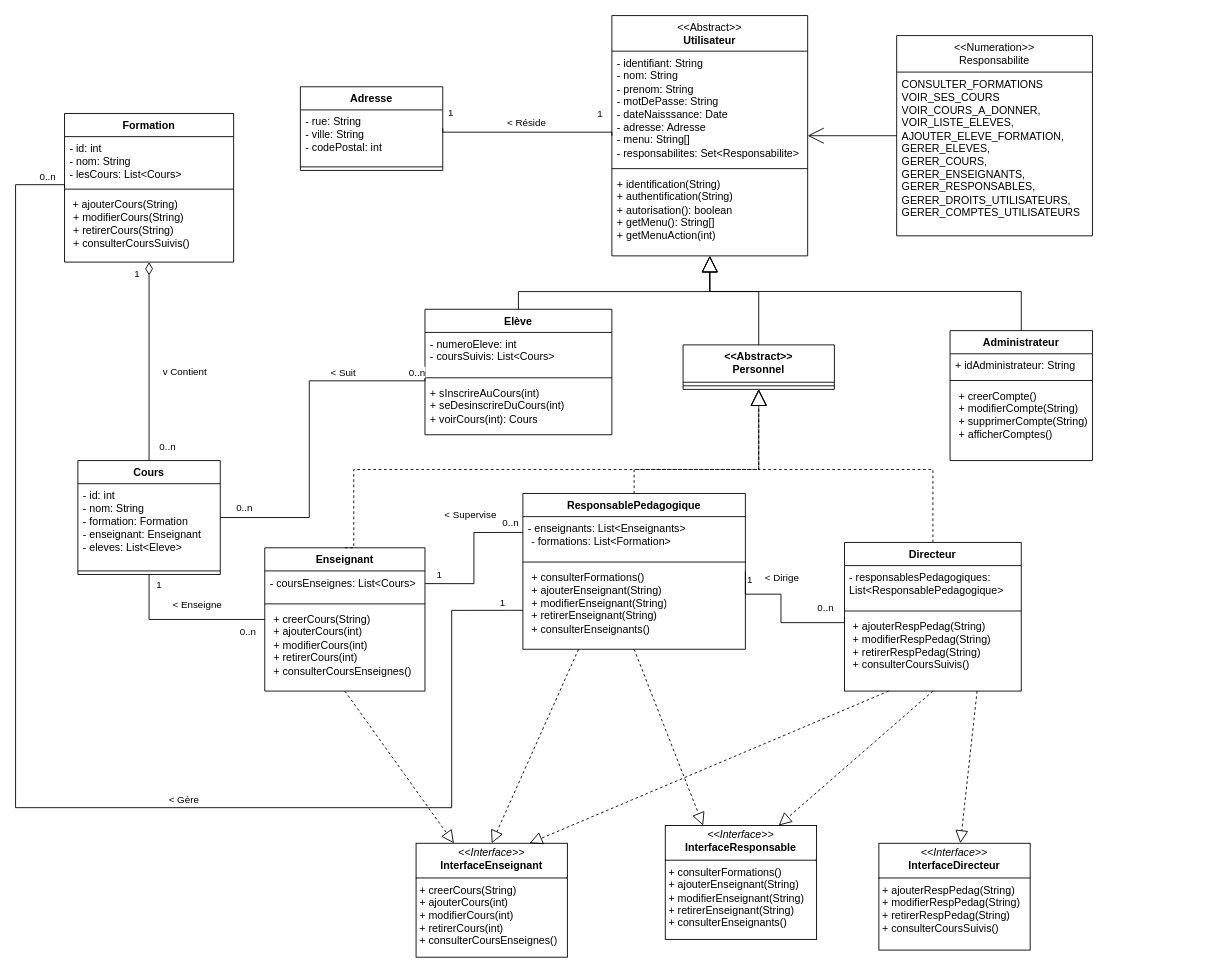
Earlier version of the draw.io diagram DiagrammeClasse.drawio (severinehmfms/UML_Ecole). Source tidied: cells renumbered, new cells numbered last; positions are measured from the earlier drawing's top-left corner, leaving out a move shared by most shapes. Both pictures are drawn from the tidied source at 89%, with x=0, y=0 at pixel (15, 15).
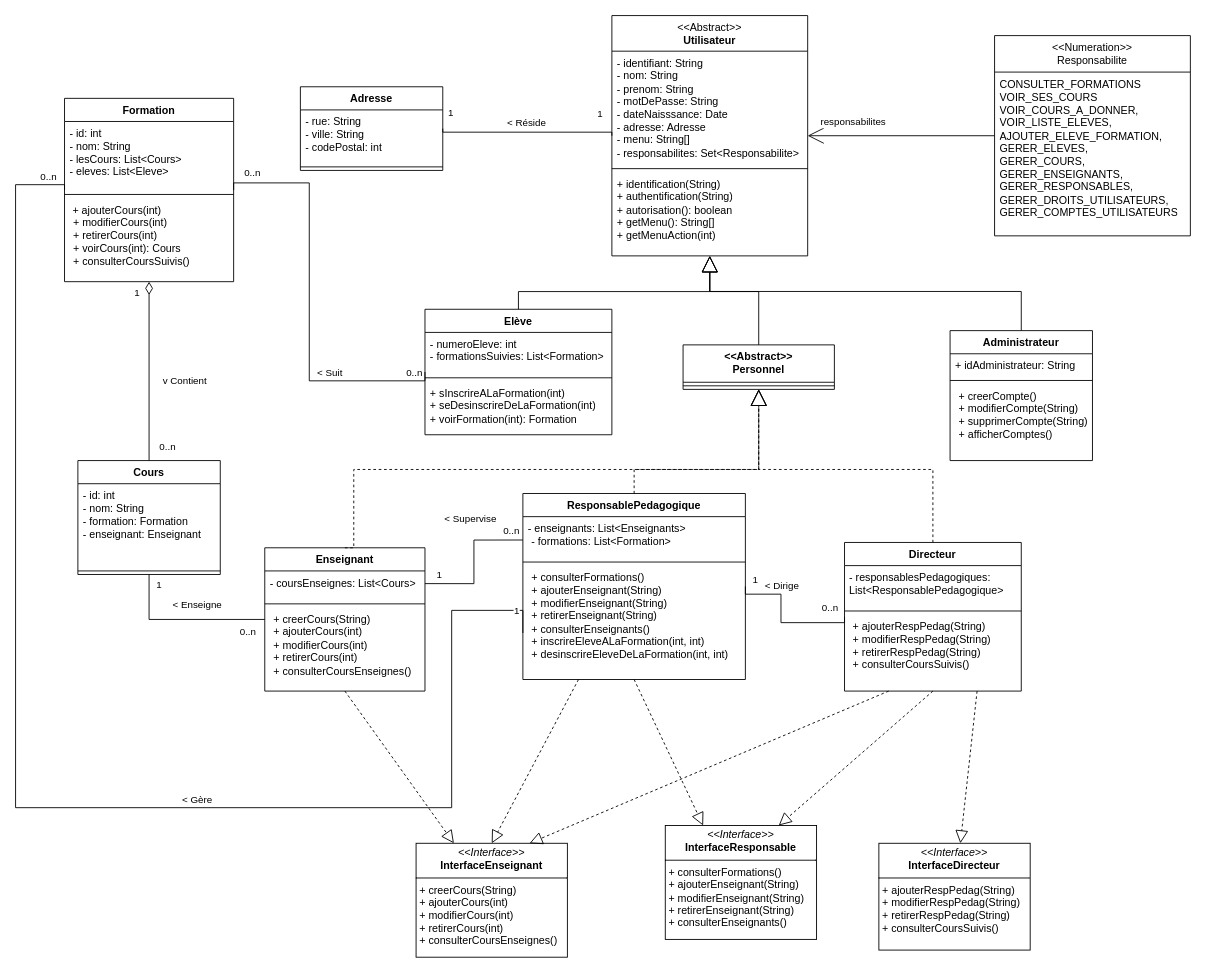
The same diagram, later.

Commit message (it also covers changes not shown here):
Eleves inscrits à une formation

Unchanged cells that the change refers to:
```xml
<mxCell id="2" value="Elève" style="swimlane;fontStyle=1;align=center;verticalAlign=top;horizontal=1;startSize=26;whiteSpace=wrap;html=1;" parent="1" vertex="1">
  <mxGeometry x="460" y="330" width="210" height="141" as="geometry" />
</mxCell>
<mxCell id="10" value="Cours" style="swimlane;fontStyle=1;align=center;verticalAlign=top;horizontal=1;startSize=26;whiteSpace=wrap;html=1;" parent="1" vertex="1">
  <mxGeometry x="70" y="500" width="160" height="128" as="geometry" />
</mxCell>
<mxCell id="44" style="edgeStyle=orthogonalEdgeStyle;rounded=0;jettySize=auto;html=1;exitX=0;exitY=0.5;exitDx=0;exitDy=0;entryX=1;entryY=0.5;entryDx=0;entryDy=0;endArrow=none;endFill=0;" parent="1" edge="1" source="48" target="40">
  <mxGeometry relative="1" as="geometry">
    <Array as="points">
      <mxPoint x="860" y="682.1" />
      <mxPoint x="860" y="650.1" />
      <mxPoint x="820" y="650.1" />
    </Array>
  </mxGeometry>
</mxCell>
<mxCell id="79" style="edgeStyle=orthogonalEdgeStyle;rounded=0;jettySize=auto;html=1;exitX=0;exitY=0.5;exitDx=0;exitDy=0;entryX=1;entryY=0.5;entryDx=0;entryDy=0;endArrow=open;endFill=0;endSize=16;" parent="1" edge="1" source="80" target="20">
  <mxGeometry relative="1" as="geometry" />
</mxCell>
```

What changed in the source:
```diff
@@
-    <mxCell id="3" value="- numeroEleve: int&lt;div&gt;- coursSuivis: List&amp;lt;Cours&amp;gt;&lt;/div&gt;" style="text;strokeColor=none;fillColor=none;align=left;verticalAlign=top;spacingLeft=4;spacingRight=4;overflow=hidden;whiteSpace=wrap;html=1;" parent="2" vertex="1">
+    <mxCell id="3" value="- numeroEleve: int&lt;div&gt;- formationsSuivies: List&amp;lt;Formation&amp;gt;&lt;/div&gt;" style="text;strokeColor=none;fillColor=none;align=left;verticalAlign=top;spacingLeft=4;spacingRight=4;overflow=hidden;whiteSpace=wrap;html=1;" parent="2" vertex="1">
       <mxGeometry y="26" width="210" height="47" as="geometry" />
     </mxCell>
@@
-    <mxCell id="5" value="&lt;div&gt;&lt;span style=&quot;background-color: transparent; color: light-dark(rgb(0, 0, 0), rgb(255, 255, 255));&quot;&gt;+ sInscrireAuCours(int)&lt;/span&gt;&lt;/div&gt;+ seDesinscrireDuCours(int)&lt;div&gt;+ voirCours(int): Cours&lt;/div&gt;" style="text;strokeColor=none;fillColor=none;align=left;verticalAlign=top;spacingLeft=4;spacingRight=4;overflow=hidden;whiteSpace=wrap;html=1;" parent="2" vertex="1">
+    <mxCell id="5" value="&lt;div&gt;&lt;span style=&quot;background-color: transparent; color: light-dark(rgb(0, 0, 0), rgb(255, 255, 255));&quot;&gt;+ sInscrireALaFormation(int)&lt;/span&gt;&lt;/div&gt;+ seDesinscrireDeLaFormation(int)&lt;div&gt;+ voirFormation(int): Forma&lt;span style=&quot;background-color: transparent; color: light-dark(rgb(0, 0, 0), rgb(255, 255, 255));&quot;&gt;tion&lt;/span&gt;&lt;/div&gt;" style="text;strokeColor=none;fillColor=none;align=left;verticalAlign=top;spacingLeft=4;spacingRight=4;overflow=hidden;whiteSpace=wrap;html=1;" parent="2" vertex="1">
       <mxGeometry y="81" width="210" height="60" as="geometry" />
     </mxCell>
-    <mxCell id="6" style="edgeStyle=orthogonalEdgeStyle;rounded=0;jettySize=auto;html=1;exitX=1;exitY=0.5;exitDx=0;exitDy=0;endArrow=none;endFill=0;entryX=0;entryY=0.5;entryDx=0;entryDy=0;" parent="1" edge="1" source="10" target="2">
+    <mxCell id="6" style="edgeStyle=orthogonalEdgeStyle;rounded=0;jettySize=auto;html=1;exitX=1;exitY=0.5;exitDx=0;exitDy=0;endArrow=none;endFill=0;entryX=0;entryY=0.5;entryDx=0;entryDy=0;" parent="1" edge="1" source="52" target="2">
       <mxGeometry relative="1" as="geometry">
         <Array as="points">
-          <mxPoint x="330" y="564" />
+          <mxPoint x="330" y="188" />
           <mxPoint x="330" y="410.4" />
+          <mxPoint x="460" y="410.4" />
         </Array>
       </mxGeometry>
     </mxCell>
@@
-    <mxCell id="11" value="- id: int&lt;div&gt;- nom: String&lt;/div&gt;&lt;div&gt;- formation: Formation&lt;/div&gt;&lt;div&gt;- enseignant: Enseignant&lt;/div&gt;&lt;div&gt;- eleves: List&amp;lt;Eleve&amp;gt;&lt;/div&gt;" style="text;strokeColor=none;fillColor=none;align=left;verticalAlign=top;spacingLeft=4;spacingRight=4;overflow=hidden;whiteSpace=wrap;html=1;" parent="10" vertex="1">
+    <mxCell id="11" value="- id: int&lt;div&gt;- nom: String&lt;/div&gt;&lt;div&gt;- formation: Formation&lt;/div&gt;&lt;div&gt;- enseignant: Enseignant&lt;/div&gt;" style="text;strokeColor=none;fillColor=none;align=left;verticalAlign=top;spacingLeft=4;spacingRight=4;overflow=hidden;whiteSpace=wrap;html=1;" parent="10" vertex="1">
       <mxGeometry y="26" width="160" height="94" as="geometry" />
     </mxCell>
@@
     <mxCell id="40" value="ResponsablePedagogique" style="swimlane;fontStyle=1;align=center;verticalAlign=top;horizontal=1;startSize=26;whiteSpace=wrap;html=1;" parent="1" vertex="1">
-      <mxGeometry x="570" y="537" width="250" height="175" as="geometry" />
+      <mxGeometry x="570" y="537" width="250" height="209" as="geometry" />
     </mxCell>
@@
-    <mxCell id="43" value="&lt;p style=&quot;margin: 0px 0px 0px 4px;&quot;&gt;&lt;span style=&quot;background-color: transparent; color: light-dark(rgb(0, 0, 0), rgb(255, 255, 255));&quot;&gt;+ consulterFormations()&lt;/span&gt;&lt;/p&gt;&lt;p style=&quot;margin: 0px 0px 0px 4px;&quot;&gt;+ ajouterEnseignant(String)&lt;/p&gt;&lt;p style=&quot;margin: 0px 0px 0px 4px;&quot;&gt;+ modifierEnseignant(String)&lt;/p&gt;&lt;p style=&quot;margin: 0px 0px 0px 4px;&quot;&gt;+ retirerEnseignant(String)&lt;/p&gt;&lt;p style=&quot;margin: 0px 0px 0px 4px;&quot;&gt;+ consulterEnseignants()&lt;/p&gt;" style="text;strokeColor=none;fillColor=none;align=left;verticalAlign=top;spacingLeft=4;spacingRight=4;overflow=hidden;whiteSpace=wrap;html=1;" parent="40" vertex="1">
-      <mxGeometry y="81" width="250" height="94" as="geometry" />
+    <mxCell id="43" value="&lt;p style=&quot;margin: 0px 0px 0px 4px;&quot;&gt;&lt;span style=&quot;background-color: transparent; color: light-dark(rgb(0, 0, 0), rgb(255, 255, 255));&quot;&gt;+ consulterFormations()&lt;/span&gt;&lt;/p&gt;&lt;p style=&quot;margin: 0px 0px 0px 4px;&quot;&gt;+ ajouterEnseignant(String)&lt;/p&gt;&lt;p style=&quot;margin: 0px 0px 0px 4px;&quot;&gt;+ modifierEnseignant(String)&lt;/p&gt;&lt;p style=&quot;margin: 0px 0px 0px 4px;&quot;&gt;+ retirerEnseignant(String)&lt;/p&gt;&lt;p style=&quot;margin: 0px 0px 0px 4px;&quot;&gt;+ consulterEnseignants()&lt;/p&gt;&lt;p style=&quot;margin: 0px 0px 0px 4px;&quot;&gt;+ inscrireEleveALaFormation(int, int)&lt;/p&gt;&lt;p style=&quot;margin: 0px 0px 0px 4px;&quot;&gt;+ desinscrireEleveDeLaFormation(int, int)&lt;/p&gt;" style="text;strokeColor=none;fillColor=none;align=left;verticalAlign=top;spacingLeft=4;spacingRight=4;overflow=hidden;whiteSpace=wrap;html=1;" parent="40" vertex="1">
+      <mxGeometry y="81" width="250" height="128" as="geometry" />
     </mxCell>
@@
     <mxCell id="45" value="1" style="edgeLabel;html=1;align=center;verticalAlign=middle;" parent="44" vertex="1">
       <mxGeometry x="0.71" relative="1" as="geometry">
-        <mxPoint x="4" y="-17" as="offset" />
+        <mxPoint x="-4" y="-17" as="offset" />
       </mxGeometry>
     </mxCell>
@@
     <mxCell id="52" value="Formation" style="swimlane;fontStyle=1;align=center;verticalAlign=top;horizontal=1;startSize=26;whiteSpace=wrap;html=1;" parent="1" vertex="1">
-      <mxGeometry x="55" y="110" width="190" height="167" as="geometry" />
+      <mxGeometry x="55" y="93" width="190" height="206" as="geometry" />
     </mxCell>
-    <mxCell id="53" value="&lt;div&gt;- id: int&lt;/div&gt;- nom: String&lt;div&gt;- lesCours: List&amp;lt;Cours&amp;gt;&lt;/div&gt;" style="text;strokeColor=none;fillColor=none;align=left;verticalAlign=top;spacingLeft=4;spacingRight=4;overflow=hidden;whiteSpace=wrap;html=1;" parent="52" vertex="1">
-      <mxGeometry y="26" width="190" height="55" as="geometry" />
+    <mxCell id="53" value="&lt;div&gt;- id: int&lt;/div&gt;- nom: String&lt;div&gt;- lesCours: List&amp;lt;Cours&amp;gt;&lt;/div&gt;&lt;div&gt;- eleves: List&amp;lt;Eleve&amp;gt;&lt;/div&gt;" style="text;strokeColor=none;fillColor=none;align=left;verticalAlign=top;spacingLeft=4;spacingRight=4;overflow=hidden;whiteSpace=wrap;html=1;" parent="52" vertex="1">
+      <mxGeometry y="26" width="190" height="78" as="geometry" />
     </mxCell>
     <mxCell id="54" style="line;strokeWidth=1;fillColor=none;align=left;verticalAlign=middle;spacingTop=-1;spacingLeft=3;spacingRight=3;labelPosition=right;strokeColor=inherit;" parent="52" vertex="1">
-      <mxGeometry y="81" width="190" height="8" as="geometry" />
+      <mxGeometry y="104" width="190" height="8" as="geometry" />
     </mxCell>
-    <mxCell id="55" value="&lt;div&gt;&lt;div&gt;&lt;span style=&quot;background-color: transparent; color: light-dark(rgb(0, 0, 0), rgb(255, 255, 255));&quot;&gt;&amp;nbsp;+ ajouterCours(&lt;/span&gt;String&lt;span style=&quot;background-color: transparent; color: light-dark(rgb(0, 0, 0), rgb(255, 255, 255));&quot;&gt;)&lt;/span&gt;&lt;/div&gt;&lt;/div&gt;&lt;div&gt;&lt;p style=&quot;margin: 0px 0px 0px 4px;&quot;&gt;+ modifierCours(String)&lt;/p&gt;&lt;p style=&quot;margin: 0px 0px 0px 4px;&quot;&gt;+ retirerCours(String)&lt;/p&gt;&lt;p style=&quot;margin: 0px 0px 0px 4px;&quot;&gt;+ consulterCoursSuivis()&lt;/p&gt;&lt;/div&gt;" style="text;strokeColor=none;fillColor=none;align=left;verticalAlign=top;spacingLeft=4;spacingRight=4;overflow=hidden;whiteSpace=wrap;html=1;" parent="52" vertex="1">
-      <mxGeometry y="89" width="190" height="78" as="geometry" />
+    <mxCell id="55" value="&lt;div&gt;&lt;div&gt;&lt;span style=&quot;background-color: transparent; color: light-dark(rgb(0, 0, 0), rgb(255, 255, 255));&quot;&gt;&amp;nbsp;+ ajouterCours(&lt;/span&gt;int&lt;span style=&quot;background-color: transparent; color: light-dark(rgb(0, 0, 0), rgb(255, 255, 255));&quot;&gt;)&lt;/span&gt;&lt;/div&gt;&lt;/div&gt;&lt;div&gt;&lt;p style=&quot;margin: 0px 0px 0px 4px;&quot;&gt;+ modifierCours(int)&lt;/p&gt;&lt;p style=&quot;margin: 0px 0px 0px 4px;&quot;&gt;+ retirerCours(int)&lt;/p&gt;&lt;p style=&quot;margin: 0px 0px 0px 4px;&quot;&gt;+ voirCours(int): Cours&lt;/p&gt;&lt;p style=&quot;margin: 0px 0px 0px 4px;&quot;&gt;+ consulterCoursSuivis()&lt;/p&gt;&lt;/div&gt;" style="text;strokeColor=none;fillColor=none;align=left;verticalAlign=top;spacingLeft=4;spacingRight=4;overflow=hidden;whiteSpace=wrap;html=1;" parent="52" vertex="1">
+      <mxGeometry y="112" width="190" height="94" as="geometry" />
     </mxCell>
@@
+    <mxCell id="82" value="responsa&lt;span style=&quot;background-color: light-dark(#ffffff, var(--ge-dark-color, #121212)); color: light-dark(rgb(0, 0, 0), rgb(255, 255, 255));&quot;&gt;bilites&lt;/span&gt;" style="edgeLabel;html=1;align=center;verticalAlign=middle;" parent="79" vertex="1">
+      <mxGeometry x="0.69" relative="1" as="geometry">
+        <mxPoint x="17" y="-16" as="offset" />
+      </mxGeometry>
+    </mxCell>
     <mxCell id="80" value="&amp;lt;&amp;lt;Numeration&amp;gt;&amp;gt;&lt;div&gt;Responsabilite&lt;/div&gt;" style="swimlane;fontStyle=0;horizontal=1;startSize=41;fillColor=none;whiteSpace=wrap;html=1;" parent="1" vertex="1">
-      <mxGeometry x="990" y="22.5" width="220" height="225" as="geometry" />
+      <mxGeometry x="1100" y="22.5" width="220" height="225" as="geometry" />
     </mxCell>
```
